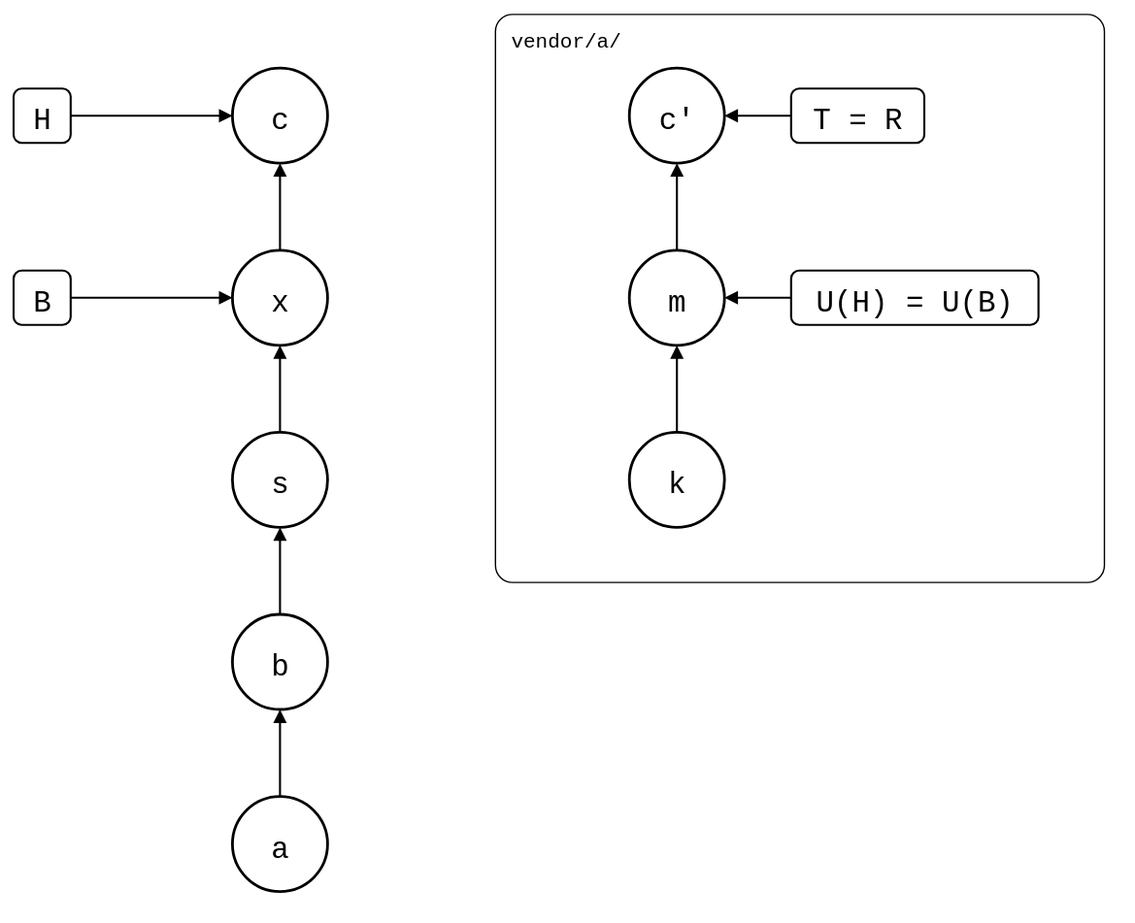
Before: git-splice/test/scenarios/06-rewritten-history/04-patch-branch-rebased/01-unpushed-local-commit/redone-on-top.drawio.svg, a diagram exported from draw.io (roschaefer/episodes). Source tidied: cells renumbered, new cells last; positions are measured from the earlier drawing's top-left corner, leaving out a move shared by most shapes.
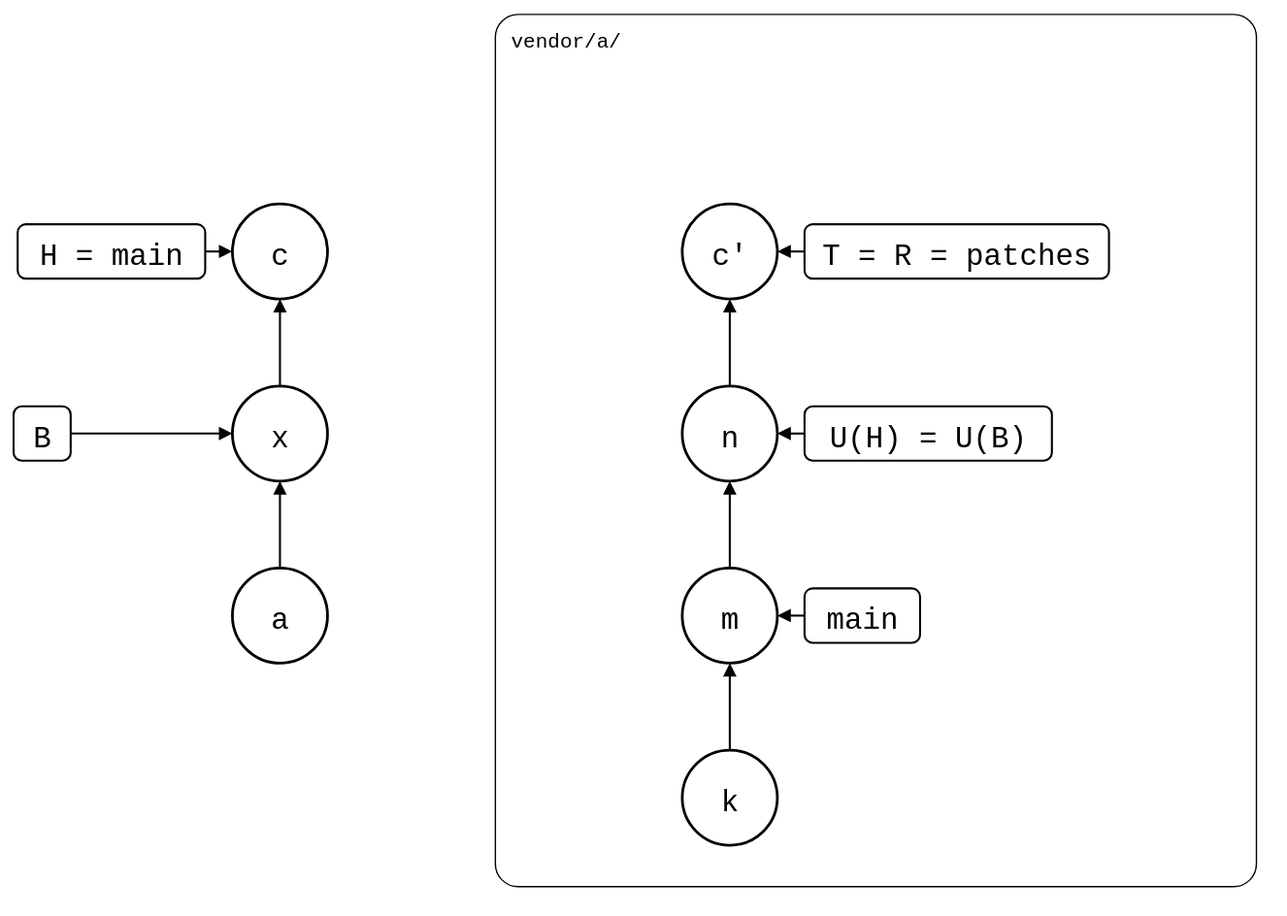
After the commit.

The edit, as a diff of the source:
```diff
@@ -3,7 +3,7 @@
     <mxCell id="0" />
     <mxCell id="1" parent="0" />
     <mxCell id="2" value="vendor/a/" style="rounded=1;arcSize=3;fillColor=none;strokeWidth=1;fontSize=15;verticalAlign=top;align=left;spacingLeft=10;spacingTop=4;fontFamily=Roboto Mono,monospace;" parent="1" vertex="1">
-      <mxGeometry x="354" width="448" height="418" as="geometry" />
+      <mxGeometry x="354" y="-100" width="560" height="642" as="geometry" />
     </mxCell>
     <mxCell id="3" value="c" style="ellipse;strokeWidth=2;fontSize=22;fontFamily=Roboto Mono,monospace;" parent="1" vertex="1">
       <mxGeometry x="161" y="40" width="70" height="70" as="geometry" />
@@ -11,52 +11,49 @@
     <mxCell id="4" value="x" style="ellipse;strokeWidth=2;fontSize=22;fontFamily=Roboto Mono,monospace;" parent="1" vertex="1">
       <mxGeometry x="161" y="174" width="70" height="70" as="geometry" />
     </mxCell>
-    <mxCell id="5" value="s" style="ellipse;strokeWidth=2;fontSize=22;fontFamily=Roboto Mono,monospace;" parent="1" vertex="1">
-      <mxGeometry x="161" y="308" width="70" height="70" as="geometry" />
-    </mxCell>
-    <mxCell id="6" value="b" style="ellipse;strokeWidth=2;fontSize=22;fontFamily=Roboto Mono,monospace;" parent="1" vertex="1">
-      <mxGeometry x="161" y="442" width="70" height="70" as="geometry" />
-    </mxCell>
     <mxCell id="7" value="a" style="ellipse;strokeWidth=2;fontSize=22;fontFamily=Roboto Mono,monospace;" parent="1" vertex="1">
-      <mxGeometry x="161" y="576" width="70" height="70" as="geometry" />
+      <mxGeometry x="161" y="308" width="70" height="70" as="geometry" />
     </mxCell>
     <mxCell id="8" value="c'" style="ellipse;strokeWidth=2;fontSize=22;fontFamily=Roboto Mono,monospace;" parent="1" vertex="1">
-      <mxGeometry x="453" y="40" width="70" height="70" as="geometry" />
+      <mxGeometry x="492" y="40" width="70" height="70" as="geometry" />
     </mxCell>
+    <mxCell id="25" value="n" style="ellipse;strokeWidth=2;fontSize=22;fontFamily=Roboto Mono,monospace;" parent="1" vertex="1">
+      <mxGeometry x="492" y="174" width="70" height="70" as="geometry" />
+    </mxCell>
     <mxCell id="9" value="m" style="ellipse;strokeWidth=2;fontSize=22;fontFamily=Roboto Mono,monospace;" parent="1" vertex="1">
-      <mxGeometry x="453" y="174" width="70" height="70" as="geometry" />
+      <mxGeometry x="492" y="308" width="70" height="70" as="geometry" />
     </mxCell>
     <mxCell id="10" value="k" style="ellipse;strokeWidth=2;fontSize=22;fontFamily=Roboto Mono,monospace;" parent="1" vertex="1">
-      <mxGeometry x="453" y="308" width="70" height="70" as="geometry" />
+      <mxGeometry x="492" y="442" width="70" height="70" as="geometry" />
     </mxCell>
-    <mxCell id="11" value="H" style="rounded=1;strokeWidth=1.5;fontSize=22;fontFamily=Roboto Mono,monospace;" parent="1" vertex="1">
-      <mxGeometry y="55" width="42" height="40" as="geometry" />
+    <mxCell id="11" value="H = main" style="rounded=1;strokeWidth=1.5;fontSize=22;fontFamily=Roboto Mono,monospace;" parent="1" vertex="1">
+      <mxGeometry x="3" y="55" width="138" height="40" as="geometry" />
     </mxCell>
     <mxCell id="12" value="B" style="rounded=1;strokeWidth=1.5;fontSize=22;fontFamily=Roboto Mono,monospace;" parent="1" vertex="1">
       <mxGeometry y="189" width="42" height="40" as="geometry" />
     </mxCell>
-    <mxCell id="13" value="T = R" style="rounded=1;strokeWidth=1.5;fontSize=22;fontFamily=Roboto Mono,monospace;" parent="1" vertex="1">
-      <mxGeometry x="572" y="55" width="98" height="40" as="geometry" />
+    <mxCell id="13" value="T = R = patches" style="rounded=1;strokeWidth=1.5;fontSize=22;fontFamily=Roboto Mono,monospace;" parent="1" vertex="1">
+      <mxGeometry x="582" y="55" width="224" height="40" as="geometry" />
     </mxCell>
     <mxCell id="14" value="U(H) = U(B)" style="rounded=1;strokeWidth=1.5;fontSize=22;fontFamily=Roboto Mono,monospace;" parent="1" vertex="1">
-      <mxGeometry x="572" y="189" width="182" height="40" as="geometry" />
+      <mxGeometry x="582" y="189" width="182" height="40" as="geometry" />
     </mxCell>
-    <mxCell id="15" style="endArrow=block;endFill=1;html=1;strokeWidth=1.5;rounded=0;" parent="1" edge="1" source="7" target="6">
-      <mxGeometry relative="1" as="geometry" />
-    </mxCell>
+    <mxCell id="26" value="main" style="rounded=1;strokeWidth=1.5;fontSize=22;fontFamily=Roboto Mono,monospace;" parent="1" vertex="1">
+      <mxGeometry x="582" y="323" width="85" height="40" as="geometry" />
+    </mxCell>
-    <mxCell id="16" style="endArrow=block;endFill=1;html=1;strokeWidth=1.5;rounded=0;" parent="1" edge="1" source="6" target="5">
+    <mxCell id="16" style="endArrow=block;endFill=1;html=1;strokeWidth=1.5;rounded=0;" parent="1" edge="1" source="7" target="4">
       <mxGeometry relative="1" as="geometry" />
     </mxCell>
-    <mxCell id="17" style="endArrow=block;endFill=1;html=1;strokeWidth=1.5;rounded=0;" parent="1" edge="1" source="5" target="4">
+    <mxCell id="17" style="endArrow=block;endFill=1;html=1;strokeWidth=1.5;rounded=0;" parent="1" edge="1" source="4" target="3">
       <mxGeometry relative="1" as="geometry" />
     </mxCell>
-    <mxCell id="18" style="endArrow=block;endFill=1;html=1;strokeWidth=1.5;rounded=0;" parent="1" edge="1" source="4" target="3">
+    <mxCell id="18" style="endArrow=block;endFill=1;html=1;strokeWidth=1.5;rounded=0;" parent="1" edge="1" source="10" target="9">
       <mxGeometry relative="1" as="geometry" />
     </mxCell>
-    <mxCell id="19" style="endArrow=block;endFill=1;html=1;strokeWidth=1.5;rounded=0;" parent="1" edge="1" source="10" target="9">
+    <mxCell id="19" style="endArrow=block;endFill=1;html=1;strokeWidth=1.5;rounded=0;" parent="1" edge="1" source="9" target="25">
       <mxGeometry relative="1" as="geometry" />
     </mxCell>
-    <mxCell id="20" style="endArrow=block;endFill=1;html=1;strokeWidth=1.5;rounded=0;" parent="1" edge="1" source="9" target="8">
+    <mxCell id="20" style="endArrow=block;endFill=1;html=1;strokeWidth=1.5;rounded=0;" parent="1" edge="1" source="25" target="8">
       <mxGeometry relative="1" as="geometry" />
     </mxCell>
     <mxCell id="21" style="endArrow=block;endFill=1;html=1;strokeWidth=1.5;rounded=0;" parent="1" edge="1" source="11" target="3">
@@ -68,8 +65,11 @@
     <mxCell id="23" style="endArrow=block;endFill=1;html=1;strokeWidth=1.5;rounded=0;" parent="1" edge="1" source="13" target="8">
       <mxGeometry relative="1" as="geometry" />
     </mxCell>
-    <mxCell id="24" style="endArrow=block;endFill=1;html=1;strokeWidth=1.5;rounded=0;" parent="1" edge="1" source="14" target="9">
+    <mxCell id="24" style="endArrow=block;endFill=1;html=1;strokeWidth=1.5;rounded=0;" parent="1" edge="1" source="14" target="25">
       <mxGeometry relative="1" as="geometry" />
     </mxCell>
+    <mxCell id="27" style="endArrow=block;endFill=1;html=1;strokeWidth=1.5;rounded=0;" parent="1" edge="1" source="26" target="9">
+      <mxGeometry relative="1" as="geometry" />
+    </mxCell>
   </root>
 </mxGraphModel>
```
